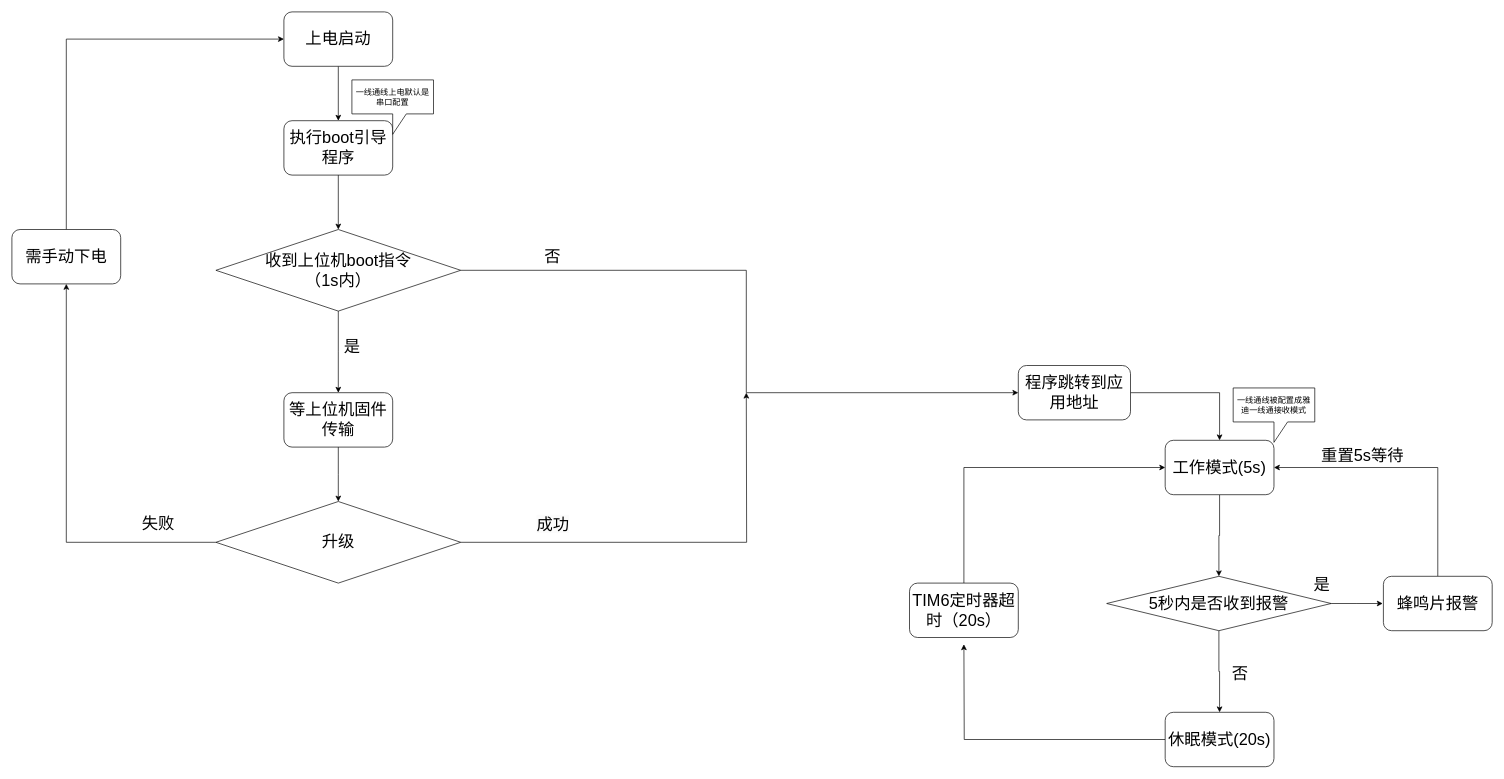
The draw.io diagram libuuu/未命名绘图.drawio in wuzexiang99/mfgtools, before the edit. Source tidied: cells renumbered, new cells numbered last; positions are measured from the earlier drawing's top-left corner, leaving out a move shared by most shapes. Both pictures are drawn from the tidied source at 68%, with x=0, y=0 at pixel (12, 12).
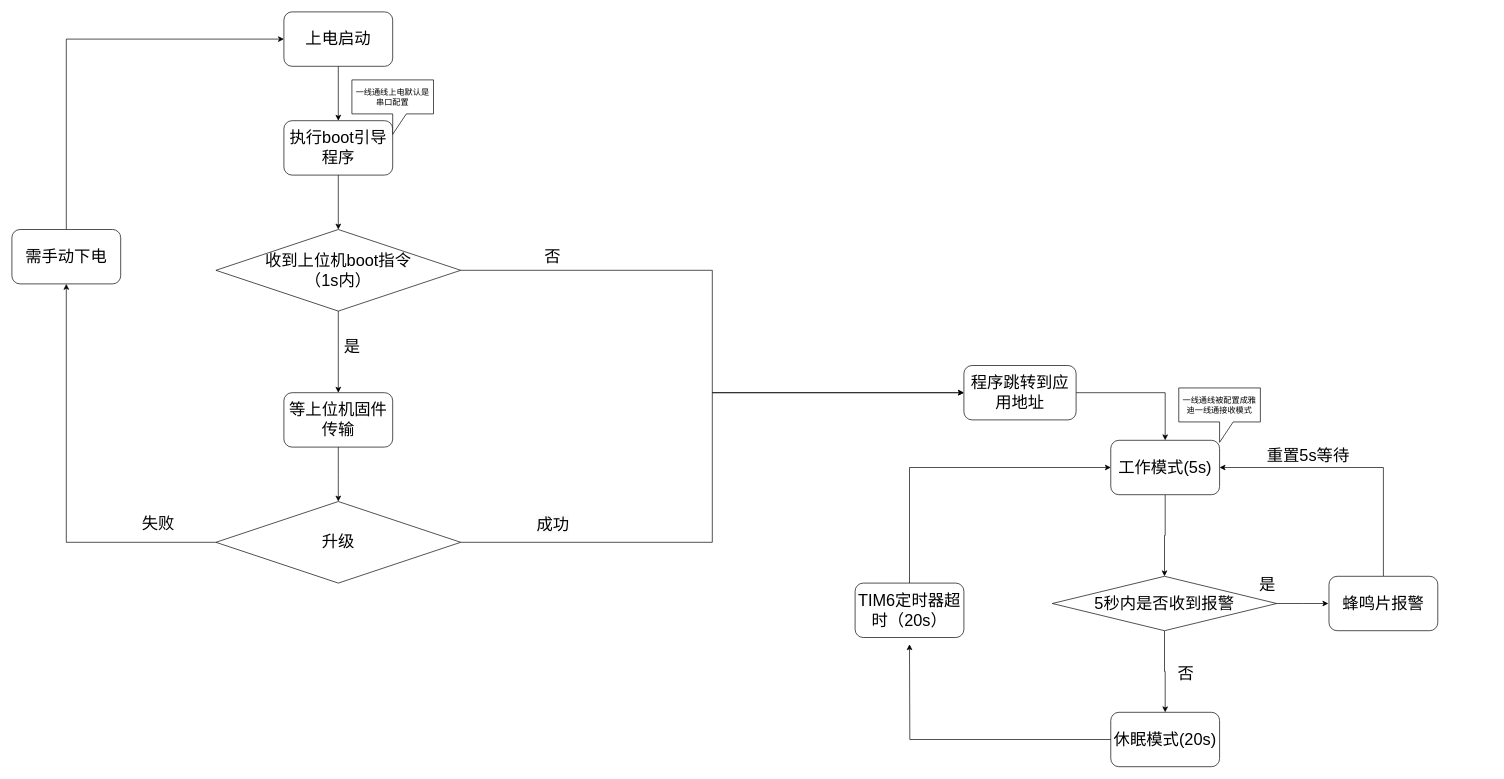
The same diagram, later.

Unchanged cells that the change refers to:
```xml
<mxCell id="23" value="&lt;span style=&quot;font-size: 24px;&quot;&gt;收到上位机boot指令&lt;br&gt;（1s内）&lt;br&gt;&lt;/span&gt;" style="rhombus;whiteSpace=wrap;html=1;" parent="1" vertex="1">
  <mxGeometry x="300" y="320" width="360" height="120" as="geometry" />
</mxCell>
<mxCell id="33" value="&lt;span style=&quot;font-size: 24px;&quot;&gt;升级&lt;br&gt;&lt;/span&gt;" style="rhombus;whiteSpace=wrap;html=1;" parent="1" vertex="1">
  <mxGeometry x="300" y="720" width="360" height="120" as="geometry" />
</mxCell>
```

The edit, as a diff of the source:
```diff
@@
     <mxCell id="5" value="&lt;span style=&quot;font-size: 24px;&quot;&gt;工作模式(5s)&lt;/span&gt;" style="rounded=1;whiteSpace=wrap;html=1;" parent="1" vertex="1">
-      <mxGeometry x="1696" y="630" width="160" height="80" as="geometry" />
+      <mxGeometry x="1616" y="630" width="160" height="80" as="geometry" />
     </mxCell>
@@
     <mxCell id="8" style="edgeStyle=orthogonalEdgeStyle;rounded=0;jettySize=auto;html=1;entryX=0;entryY=0.5;entryDx=0;entryDy=0;" parent="1" edge="1" source="9" target="5">
       <mxGeometry relative="1" as="geometry">
         <Array as="points">
-          <mxPoint x="1400" y="670" />
+          <mxPoint x="1320" y="670" />
         </Array>
       </mxGeometry>
     </mxCell>
     <mxCell id="9" value="&lt;span style=&quot;font-size: 24px;&quot;&gt;TIM6定时器超时（20s）&lt;/span&gt;" style="rounded=1;whiteSpace=wrap;html=1;" parent="1" vertex="1">
-      <mxGeometry x="1320" y="840" width="160" height="80" as="geometry" />
+      <mxGeometry x="1240" y="840" width="160" height="80" as="geometry" />
     </mxCell>
     <mxCell id="10" style="edgeStyle=orthogonalEdgeStyle;rounded=0;jettySize=auto;html=1;" parent="1" edge="1" source="11">
       <mxGeometry relative="1" as="geometry">
-        <mxPoint x="1400" y="930" as="targetPoint" />
+        <mxPoint x="1320" y="930" as="targetPoint" />
       </mxGeometry>
     </mxCell>
     <mxCell id="11" value="&lt;span style=&quot;font-size: 24px;&quot;&gt;休眠模式(20s)&lt;/span&gt;" style="rounded=1;whiteSpace=wrap;html=1;" parent="1" vertex="1">
-      <mxGeometry x="1696" y="1030" width="160" height="80" as="geometry" />
+      <mxGeometry x="1616" y="1030" width="160" height="80" as="geometry" />
     </mxCell>
@@
     <mxCell id="13" style="edgeStyle=orthogonalEdgeStyle;rounded=0;jettySize=auto;html=1;" parent="1" edge="1" source="14">
       <mxGeometry relative="1" as="geometry">
-        <mxPoint x="2015.9" y="870" as="targetPoint" />
+        <mxPoint x="1935.9" y="870" as="targetPoint" />
       </mxGeometry>
     </mxCell>
     <mxCell id="14" value="&lt;font style=&quot;font-size: 24px;&quot;&gt;5秒内是否收到报警&lt;/font&gt;" style="rhombus;whiteSpace=wrap;html=1;" parent="1" vertex="1">
-      <mxGeometry x="1610" y="830" width="330" height="80" as="geometry" />
+      <mxGeometry x="1530" y="830" width="330" height="80" as="geometry" />
     </mxCell>
     <mxCell id="15" value="&lt;font style=&quot;font-size: 24px;&quot;&gt;否&lt;/font&gt;" style="text;html=1;align=center;verticalAlign=middle;strokeColor=none;fillColor=none;" parent="1" vertex="1">
-      <mxGeometry x="1781" y="953" width="50" height="40" as="geometry" />
+      <mxGeometry x="1701" y="953" width="50" height="40" as="geometry" />
     </mxCell>
@@
     <mxCell id="17" value="&lt;span style=&quot;font-size: 24px;&quot;&gt;蜂鸣片报警&lt;/span&gt;" style="rounded=1;whiteSpace=wrap;html=1;" parent="1" vertex="1">
-      <mxGeometry x="2016.9" y="830" width="160" height="80" as="geometry" />
+      <mxGeometry x="1936.9" y="830" width="160" height="80" as="geometry" />
     </mxCell>
     <mxCell id="18" value="&lt;font style=&quot;font-size: 24px;&quot;&gt;重置5s等待&lt;/font&gt;" style="text;html=1;align=center;verticalAlign=middle;strokeColor=none;fillColor=none;" parent="1" vertex="1">
-      <mxGeometry x="1916" y="633" width="140" height="40" as="geometry" />
+      <mxGeometry x="1836" y="633" width="140" height="40" as="geometry" />
     </mxCell>
     <mxCell id="19" value="&lt;font style=&quot;font-size: 24px;&quot;&gt;是&lt;/font&gt;" style="text;html=1;align=center;verticalAlign=middle;strokeColor=none;fillColor=none;" parent="1" vertex="1">
-      <mxGeometry x="1901" y="823" width="50" height="40" as="geometry" />
+      <mxGeometry x="1821" y="823" width="50" height="40" as="geometry" />
     </mxCell>
@@
-    <mxCell id="22" style="edgeStyle=orthogonalEdgeStyle;rounded=0;jettySize=auto;html=1;entryX=0;entryY=0.5;entryDx=0;entryDy=0;" parent="1" edge="1" source="23" target="28">
-      <mxGeometry relative="1" as="geometry">
-        <Array as="points">
-          <mxPoint x="1080" y="380" />
-          <mxPoint x="1080" y="560" />
-          <mxPoint x="1480" y="560" />
-        </Array>
-      </mxGeometry>
+    <mxCell id="22" style="edgeStyle=orthogonalEdgeStyle;rounded=0;jettySize=auto;html=1;exitX=1;exitY=0.5;exitDx=0;exitDy=0;entryX=0;entryY=0.5;entryDx=0;entryDy=0;" parent="1" edge="1" source="23" target="28">
+      <mxGeometry relative="1" as="geometry" />
     </mxCell>
@@
     <mxCell id="28" value="&lt;font style=&quot;font-size: 24px;&quot;&gt;程序跳转到应用地址&lt;/font&gt;" style="rounded=1;whiteSpace=wrap;html=1;" parent="1" vertex="1">
-      <mxGeometry x="1480" y="520" width="165" height="80" as="geometry" />
+      <mxGeometry x="1400" y="520" width="165" height="80" as="geometry" />
     </mxCell>
@@
     <mxCell id="30" value="一线通线被配置成雅迪一线通接收模式" style="shape=callout;whiteSpace=wrap;html=1;perimeter=calloutPerimeter;" parent="1" vertex="1">
-      <mxGeometry x="1796" y="553" width="120" height="80" as="geometry" />
+      <mxGeometry x="1716" y="553" width="120" height="80" as="geometry" />
     </mxCell>
@@
     <mxCell id="32" style="edgeStyle=orthogonalEdgeStyle;rounded=0;jettySize=auto;html=1;" parent="1" edge="1" source="33">
       <mxGeometry relative="1" as="geometry">
-        <mxPoint x="1080" y="560" as="targetPoint" />
+        <mxPoint x="1400" y="560" as="targetPoint" />
+        <Array as="points">
+          <mxPoint x="1030" y="780" />
+          <mxPoint x="1030" y="560" />
+        </Array>
       </mxGeometry>
     </mxCell>
```
